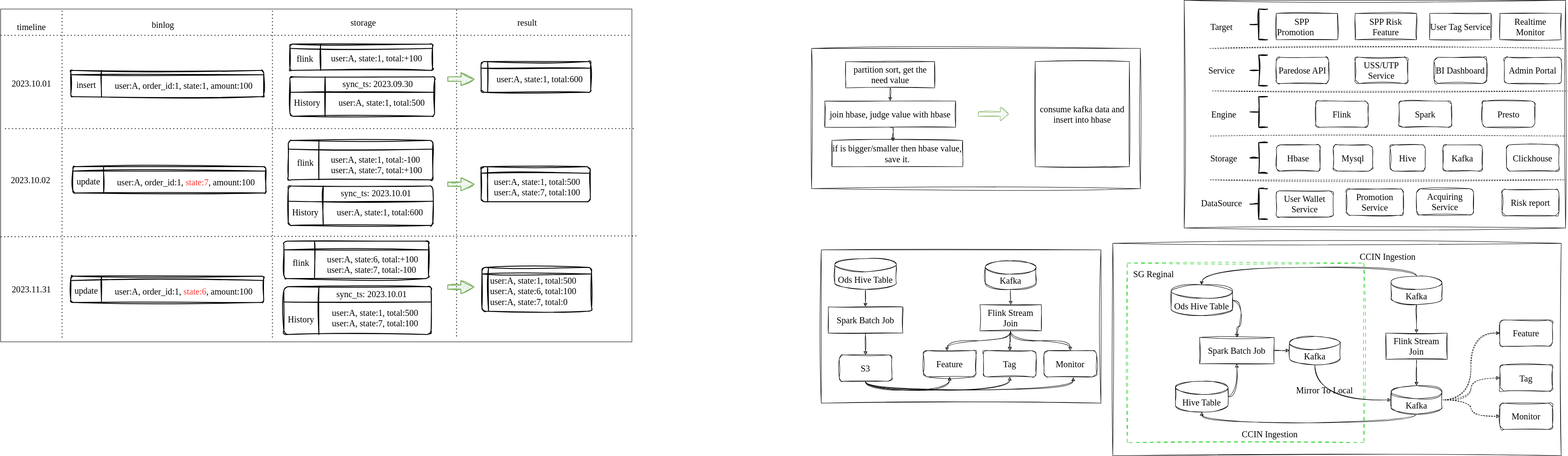
The draw.io diagram 答辩准备1.drawio.svg in LadyTao/flink-learning, before a commit. Source tidied: cells renumbered, new cells last; positions are measured from the earlier drawing's top-left corner, leaving out a move shared by most shapes.
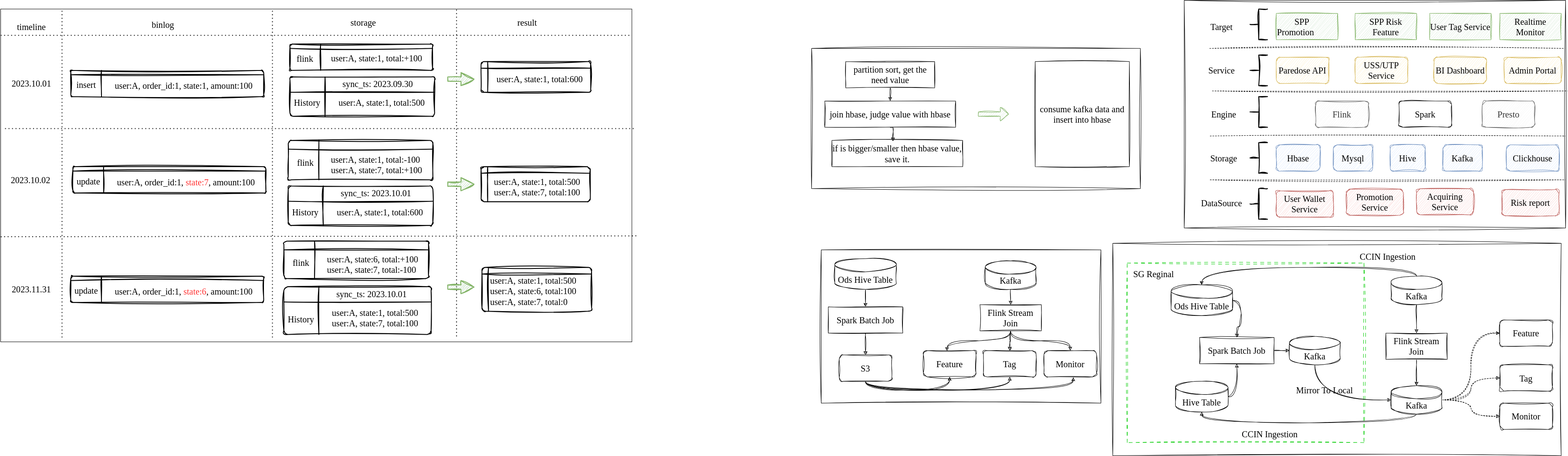
Later version of the same file.

Commit message:
更新答辩准备1.drawio.svg

What changed in the source:
```diff
@@ -20,76 +20,76 @@
     <mxCell id="7" style="group;sketch=1;curveFitting=1;jiggle=2;" parent="1" vertex="1">
       <mxGeometry x="2910" y="30" width="650" height="60" as="geometry" />
     </mxCell>
-    <mxCell id="8" value="&lt;div style=&quot;&quot;&gt;&lt;span style=&quot;background-color: initial;&quot;&gt;&lt;font face=&quot;Tahoma&quot;&gt;&amp;nbsp; &amp;nbsp; &amp;nbsp; &amp;nbsp; SPP&amp;nbsp; &amp;nbsp; &amp;nbsp; &amp;nbsp; &amp;nbsp; &amp;nbsp; Promotion&lt;/font&gt;&lt;/span&gt;&lt;/div&gt;" style="rounded=0;whiteSpace=wrap;html=1;hachureGap=4;fontFamily=Architects Daughter;fontSource=https%3A%2F%2Ffonts.googleapis.com%2Fcss%3Ffamily%3DArchitects%2BDaughter;fontSize=20;align=left;labelBackgroundColor=none;sketch=1;curveFitting=1;jiggle=2;" parent="7" vertex="1">
+    <mxCell id="8" value="&lt;div style=&quot;&quot;&gt;&lt;span style=&quot;background-color: initial;&quot;&gt;&lt;font face=&quot;Tahoma&quot;&gt;&amp;nbsp; &amp;nbsp; &amp;nbsp; &amp;nbsp; SPP&amp;nbsp; &amp;nbsp; &amp;nbsp; &amp;nbsp; &amp;nbsp; &amp;nbsp; Promotion&lt;/font&gt;&lt;/span&gt;&lt;/div&gt;" style="rounded=0;whiteSpace=wrap;html=1;hachureGap=4;fontFamily=Architects Daughter;fontSource=https%3A%2F%2Ffonts.googleapis.com%2Fcss%3Ffamily%3DArchitects%2BDaughter;fontSize=20;align=left;labelBackgroundColor=none;sketch=1;curveFitting=1;jiggle=2;fillColor=#d5e8d4;strokeColor=#82b366;" parent="7" vertex="1">
       <mxGeometry width="140" height="60" as="geometry" />
     </mxCell>
-    <mxCell id="9" value="&lt;font face=&quot;Tahoma&quot;&gt;SPP Risk Feature&lt;/font&gt;" style="rounded=0;whiteSpace=wrap;html=1;hachureGap=4;fontFamily=Architects Daughter;fontSource=https%3A%2F%2Ffonts.googleapis.com%2Fcss%3Ffamily%3DArchitects%2BDaughter;fontSize=20;labelBackgroundColor=none;sketch=1;curveFitting=1;jiggle=2;" parent="7" vertex="1">
+    <mxCell id="9" value="&lt;font face=&quot;Tahoma&quot;&gt;SPP Risk Feature&lt;/font&gt;" style="rounded=0;whiteSpace=wrap;html=1;hachureGap=4;fontFamily=Architects Daughter;fontSource=https%3A%2F%2Ffonts.googleapis.com%2Fcss%3Ffamily%3DArchitects%2BDaughter;fontSize=20;labelBackgroundColor=none;sketch=1;curveFitting=1;jiggle=2;fillColor=#d5e8d4;strokeColor=#82b366;" parent="7" vertex="1">
       <mxGeometry x="180" width="140" height="60" as="geometry" />
     </mxCell>
-    <mxCell id="10" value="&lt;font face=&quot;Tahoma&quot;&gt;User Tag Service&lt;/font&gt;" style="rounded=0;whiteSpace=wrap;html=1;hachureGap=4;fontFamily=Architects Daughter;fontSource=https%3A%2F%2Ffonts.googleapis.com%2Fcss%3Ffamily%3DArchitects%2BDaughter;fontSize=20;labelBackgroundColor=none;sketch=1;curveFitting=1;jiggle=2;" parent="7" vertex="1">
+    <mxCell id="10" value="&lt;font face=&quot;Tahoma&quot;&gt;User Tag Service&lt;/font&gt;" style="rounded=0;whiteSpace=wrap;html=1;hachureGap=4;fontFamily=Architects Daughter;fontSource=https%3A%2F%2Ffonts.googleapis.com%2Fcss%3Ffamily%3DArchitects%2BDaughter;fontSize=20;labelBackgroundColor=none;sketch=1;curveFitting=1;jiggle=2;fillColor=#d5e8d4;strokeColor=#82b366;" parent="7" vertex="1">
       <mxGeometry x="350" width="140" height="60" as="geometry" />
     </mxCell>
-    <mxCell id="11" value="&lt;font face=&quot;Tahoma&quot;&gt;Realtime Monitor&lt;/font&gt;" style="rounded=0;whiteSpace=wrap;html=1;hachureGap=4;fontFamily=Architects Daughter;fontSource=https%3A%2F%2Ffonts.googleapis.com%2Fcss%3Ffamily%3DArchitects%2BDaughter;fontSize=20;labelBackgroundColor=none;sketch=1;curveFitting=1;jiggle=2;" parent="7" vertex="1">
+    <mxCell id="11" value="&lt;font face=&quot;Tahoma&quot;&gt;Realtime Monitor&lt;/font&gt;" style="rounded=0;whiteSpace=wrap;html=1;hachureGap=4;fontFamily=Architects Daughter;fontSource=https%3A%2F%2Ffonts.googleapis.com%2Fcss%3Ffamily%3DArchitects%2BDaughter;fontSize=20;labelBackgroundColor=none;sketch=1;curveFitting=1;jiggle=2;fillColor=#d5e8d4;strokeColor=#82b366;" parent="7" vertex="1">
       <mxGeometry x="510" width="140" height="60" as="geometry" />
     </mxCell>
     <mxCell id="12" style="group;sketch=1;curveFitting=1;jiggle=2;" parent="1" vertex="1">
       <mxGeometry x="2910" y="130" width="650" height="60" as="geometry" />
     </mxCell>
-    <mxCell id="13" value="&lt;font face=&quot;Tahoma&quot;&gt;Paredose API&lt;/font&gt;" style="rounded=1;whiteSpace=wrap;html=1;hachureGap=4;fontFamily=Architects Daughter;fontSource=https%3A%2F%2Ffonts.googleapis.com%2Fcss%3Ffamily%3DArchitects%2BDaughter;fontSize=20;sketch=1;curveFitting=1;jiggle=2;" parent="12" vertex="1">
+    <mxCell id="13" value="&lt;font face=&quot;Tahoma&quot;&gt;Paredose API&lt;/font&gt;" style="rounded=1;whiteSpace=wrap;html=1;hachureGap=4;fontFamily=Architects Daughter;fontSource=https%3A%2F%2Ffonts.googleapis.com%2Fcss%3Ffamily%3DArchitects%2BDaughter;fontSize=20;sketch=1;curveFitting=1;jiggle=2;fillColor=#fff2cc;strokeColor=#d6b656;" parent="12" vertex="1">
       <mxGeometry width="120" height="60" as="geometry" />
     </mxCell>
-    <mxCell id="14" value="&lt;font face=&quot;Tahoma&quot;&gt;USS/UTP Service&lt;/font&gt;" style="rounded=1;whiteSpace=wrap;html=1;hachureGap=4;fontFamily=Architects Daughter;fontSource=https%3A%2F%2Ffonts.googleapis.com%2Fcss%3Ffamily%3DArchitects%2BDaughter;fontSize=20;sketch=1;curveFitting=1;jiggle=2;" parent="12" vertex="1">
+    <mxCell id="14" value="&lt;font face=&quot;Tahoma&quot;&gt;USS/UTP Service&lt;/font&gt;" style="rounded=1;whiteSpace=wrap;html=1;hachureGap=4;fontFamily=Architects Daughter;fontSource=https%3A%2F%2Ffonts.googleapis.com%2Fcss%3Ffamily%3DArchitects%2BDaughter;fontSize=20;sketch=1;curveFitting=1;jiggle=2;fillColor=#fff2cc;strokeColor=#d6b656;" parent="12" vertex="1">
       <mxGeometry x="180" width="120" height="60" as="geometry" />
     </mxCell>
-    <mxCell id="15" value="&lt;font face=&quot;Tahoma&quot;&gt;BI Dashboard&lt;/font&gt;" style="rounded=1;whiteSpace=wrap;html=1;hachureGap=4;fontFamily=Architects Daughter;fontSource=https%3A%2F%2Ffonts.googleapis.com%2Fcss%3Ffamily%3DArchitects%2BDaughter;fontSize=20;sketch=1;curveFitting=1;jiggle=2;" parent="12" vertex="1">
+    <mxCell id="15" value="&lt;font face=&quot;Tahoma&quot;&gt;BI Dashboard&lt;/font&gt;" style="rounded=1;whiteSpace=wrap;html=1;hachureGap=4;fontFamily=Architects Daughter;fontSource=https%3A%2F%2Ffonts.googleapis.com%2Fcss%3Ffamily%3DArchitects%2BDaughter;fontSize=20;sketch=1;curveFitting=1;jiggle=2;fillColor=#fff2cc;strokeColor=#d6b656;" parent="12" vertex="1">
       <mxGeometry x="360" width="120" height="60" as="geometry" />
     </mxCell>
-    <mxCell id="16" value="&lt;font face=&quot;Tahoma&quot;&gt;Admin Portal&lt;/font&gt;" style="rounded=1;whiteSpace=wrap;html=1;hachureGap=4;fontFamily=Architects Daughter;fontSource=https%3A%2F%2Ffonts.googleapis.com%2Fcss%3Ffamily%3DArchitects%2BDaughter;fontSize=20;sketch=1;curveFitting=1;jiggle=2;" parent="12" vertex="1">
+    <mxCell id="16" value="&lt;font face=&quot;Tahoma&quot;&gt;Admin Portal&lt;/font&gt;" style="rounded=1;whiteSpace=wrap;html=1;hachureGap=4;fontFamily=Architects Daughter;fontSource=https%3A%2F%2Ffonts.googleapis.com%2Fcss%3Ffamily%3DArchitects%2BDaughter;fontSize=20;sketch=1;curveFitting=1;jiggle=2;fillColor=#fff2cc;strokeColor=#d6b656;" parent="12" vertex="1">
       <mxGeometry x="520" width="130" height="60" as="geometry" />
     </mxCell>
     <mxCell id="17" style="group;sketch=1;curveFitting=1;jiggle=2;" parent="1" vertex="1">
       <mxGeometry x="3000" y="230" width="500" height="60" as="geometry" />
     </mxCell>
-    <mxCell id="18" value="&lt;font face=&quot;Tahoma&quot;&gt;Flink&lt;/font&gt;" style="rounded=1;whiteSpace=wrap;html=1;hachureGap=4;fontFamily=Architects Daughter;fontSource=https%3A%2F%2Ffonts.googleapis.com%2Fcss%3Ffamily%3DArchitects%2BDaughter;fontSize=20;sketch=1;curveFitting=1;jiggle=2;" parent="17" vertex="1">
+    <mxCell id="18" value="&lt;font face=&quot;Tahoma&quot;&gt;Flink&lt;/font&gt;" style="rounded=1;whiteSpace=wrap;html=1;hachureGap=4;fontFamily=Architects Daughter;fontSource=https%3A%2F%2Ffonts.googleapis.com%2Fcss%3Ffamily%3DArchitects%2BDaughter;fontSize=20;sketch=1;curveFitting=1;jiggle=2;fillColor=#f5f5f5;fontColor=#333333;strokeColor=#666666;" parent="17" vertex="1">
       <mxGeometry width="120" height="60" as="geometry" />
     </mxCell>
     <mxCell id="19" value="&lt;font face=&quot;Tahoma&quot;&gt;Spark&lt;/font&gt;" style="rounded=1;whiteSpace=wrap;html=1;hachureGap=4;fontFamily=Architects Daughter;fontSource=https%3A%2F%2Ffonts.googleapis.com%2Fcss%3Ffamily%3DArchitects%2BDaughter;fontSize=20;sketch=1;curveFitting=1;jiggle=2;" parent="17" vertex="1">
       <mxGeometry x="190" width="120" height="60" as="geometry" />
     </mxCell>
-    <mxCell id="20" value="&lt;font face=&quot;Tahoma&quot;&gt;Presto&lt;/font&gt;" style="rounded=1;whiteSpace=wrap;html=1;hachureGap=4;fontFamily=Architects Daughter;fontSource=https%3A%2F%2Ffonts.googleapis.com%2Fcss%3Ffamily%3DArchitects%2BDaughter;fontSize=20;sketch=1;curveFitting=1;jiggle=2;" parent="17" vertex="1">
+    <mxCell id="20" value="&lt;font face=&quot;Tahoma&quot;&gt;Presto&lt;/font&gt;" style="rounded=1;whiteSpace=wrap;html=1;hachureGap=4;fontFamily=Architects Daughter;fontSource=https%3A%2F%2Ffonts.googleapis.com%2Fcss%3Ffamily%3DArchitects%2BDaughter;fontSize=20;sketch=1;curveFitting=1;jiggle=2;fillColor=#f5f5f5;fontColor=#333333;strokeColor=#666666;" parent="17" vertex="1">
       <mxGeometry x="380" width="120" height="60" as="geometry" />
     </mxCell>
     <mxCell id="21" style="group;sketch=1;curveFitting=1;jiggle=2;" parent="1" vertex="1">
       <mxGeometry x="2910" y="330" width="645" height="60" as="geometry" />
     </mxCell>
-    <mxCell id="22" value="&lt;font face=&quot;Tahoma&quot;&gt;Hbase&lt;/font&gt;" style="rounded=1;whiteSpace=wrap;html=1;hachureGap=4;fontFamily=Architects Daughter;fontSource=https%3A%2F%2Ffonts.googleapis.com%2Fcss%3Ffamily%3DArchitects%2BDaughter;fontSize=20;sketch=1;curveFitting=1;jiggle=2;" parent="21" vertex="1">
+    <mxCell id="22" value="&lt;font face=&quot;Tahoma&quot;&gt;Hbase&lt;/font&gt;" style="rounded=1;whiteSpace=wrap;html=1;hachureGap=4;fontFamily=Architects Daughter;fontSource=https%3A%2F%2Ffonts.googleapis.com%2Fcss%3Ffamily%3DArchitects%2BDaughter;fontSize=20;sketch=1;curveFitting=1;jiggle=2;fillColor=#dae8fc;strokeColor=#6c8ebf;" parent="21" vertex="1">
       <mxGeometry width="100" height="60" as="geometry" />
     </mxCell>
-    <mxCell id="23" value="&lt;font face=&quot;Tahoma&quot;&gt;Mysql&lt;/font&gt;" style="rounded=1;whiteSpace=wrap;html=1;hachureGap=4;fontFamily=Architects Daughter;fontSource=https%3A%2F%2Ffonts.googleapis.com%2Fcss%3Ffamily%3DArchitects%2BDaughter;fontSize=20;sketch=1;curveFitting=1;jiggle=2;" parent="21" vertex="1">
+    <mxCell id="23" value="&lt;font face=&quot;Tahoma&quot;&gt;Mysql&lt;/font&gt;" style="rounded=1;whiteSpace=wrap;html=1;hachureGap=4;fontFamily=Architects Daughter;fontSource=https%3A%2F%2Ffonts.googleapis.com%2Fcss%3Ffamily%3DArchitects%2BDaughter;fontSize=20;sketch=1;curveFitting=1;jiggle=2;fillColor=#dae8fc;strokeColor=#6c8ebf;" parent="21" vertex="1">
       <mxGeometry x="130" width="90" height="60" as="geometry" />
     </mxCell>
-    <mxCell id="24" value="&lt;font face=&quot;Tahoma&quot;&gt;Hive&lt;/font&gt;" style="rounded=1;whiteSpace=wrap;html=1;hachureGap=4;fontFamily=Architects Daughter;fontSource=https%3A%2F%2Ffonts.googleapis.com%2Fcss%3Ffamily%3DArchitects%2BDaughter;fontSize=20;sketch=1;curveFitting=1;jiggle=2;" parent="21" vertex="1">
+    <mxCell id="24" value="&lt;font face=&quot;Tahoma&quot;&gt;Hive&lt;/font&gt;" style="rounded=1;whiteSpace=wrap;html=1;hachureGap=4;fontFamily=Architects Daughter;fontSource=https%3A%2F%2Ffonts.googleapis.com%2Fcss%3Ffamily%3DArchitects%2BDaughter;fontSize=20;sketch=1;curveFitting=1;jiggle=2;fillColor=#dae8fc;strokeColor=#6c8ebf;" parent="21" vertex="1">
       <mxGeometry x="260" width="80" height="60" as="geometry" />
     </mxCell>
-    <mxCell id="25" value="&lt;font face=&quot;Tahoma&quot;&gt;Clickhouse&lt;/font&gt;" style="rounded=1;whiteSpace=wrap;html=1;hachureGap=4;fontFamily=Architects Daughter;fontSource=https%3A%2F%2Ffonts.googleapis.com%2Fcss%3Ffamily%3DArchitects%2BDaughter;fontSize=20;sketch=1;curveFitting=1;jiggle=2;" parent="21" vertex="1">
+    <mxCell id="25" value="&lt;font face=&quot;Tahoma&quot;&gt;Clickhouse&lt;/font&gt;" style="rounded=1;whiteSpace=wrap;html=1;hachureGap=4;fontFamily=Architects Daughter;fontSource=https%3A%2F%2Ffonts.googleapis.com%2Fcss%3Ffamily%3DArchitects%2BDaughter;fontSize=20;sketch=1;curveFitting=1;jiggle=2;fillColor=#dae8fc;strokeColor=#6c8ebf;" parent="21" vertex="1">
       <mxGeometry x="525" width="120" height="60" as="geometry" />
     </mxCell>
-    <mxCell id="26" value="&lt;font face=&quot;Tahoma&quot;&gt;Kafka&lt;/font&gt;" style="rounded=1;whiteSpace=wrap;html=1;hachureGap=4;fontFamily=Architects Daughter;fontSource=https%3A%2F%2Ffonts.googleapis.com%2Fcss%3Ffamily%3DArchitects%2BDaughter;fontSize=20;sketch=1;curveFitting=1;jiggle=2;" parent="21" vertex="1">
+    <mxCell id="26" value="&lt;font face=&quot;Tahoma&quot;&gt;Kafka&lt;/font&gt;" style="rounded=1;whiteSpace=wrap;html=1;hachureGap=4;fontFamily=Architects Daughter;fontSource=https%3A%2F%2Ffonts.googleapis.com%2Fcss%3Ffamily%3DArchitects%2BDaughter;fontSize=20;sketch=1;curveFitting=1;jiggle=2;fillColor=#dae8fc;strokeColor=#6c8ebf;" parent="21" vertex="1">
       <mxGeometry x="380" width="90" height="60" as="geometry" />
     </mxCell>
     <mxCell id="27" style="group;sketch=1;curveFitting=1;jiggle=2;" parent="1" vertex="1">
       <mxGeometry x="2910" y="430" width="645" height="65" as="geometry" />
     </mxCell>
-    <mxCell id="28" value="&lt;font face=&quot;Tahoma&quot;&gt;User Wallet Service&lt;/font&gt;" style="rounded=1;whiteSpace=wrap;html=1;hachureGap=4;fontFamily=Architects Daughter;fontSource=https%3A%2F%2Ffonts.googleapis.com%2Fcss%3Ffamily%3DArchitects%2BDaughter;fontSize=20;sketch=1;curveFitting=1;jiggle=2;" parent="27" vertex="1">
+    <mxCell id="28" value="&lt;font face=&quot;Tahoma&quot;&gt;User Wallet Service&lt;/font&gt;" style="rounded=1;whiteSpace=wrap;html=1;hachureGap=4;fontFamily=Architects Daughter;fontSource=https%3A%2F%2Ffonts.googleapis.com%2Fcss%3Ffamily%3DArchitects%2BDaughter;fontSize=20;sketch=1;curveFitting=1;jiggle=2;fillColor=#f8cecc;strokeColor=#b85450;" parent="27" vertex="1">
       <mxGeometry y="5" width="130" height="60" as="geometry" />
     </mxCell>
-    <mxCell id="29" value="&lt;font face=&quot;Tahoma&quot;&gt;Promotion Service&lt;/font&gt;" style="rounded=1;whiteSpace=wrap;html=1;hachureGap=4;fontFamily=Architects Daughter;fontSource=https%3A%2F%2Ffonts.googleapis.com%2Fcss%3Ffamily%3DArchitects%2BDaughter;fontSize=20;sketch=1;curveFitting=1;jiggle=2;" parent="27" vertex="1">
+    <mxCell id="29" value="&lt;font face=&quot;Tahoma&quot;&gt;Promotion Service&lt;/font&gt;" style="rounded=1;whiteSpace=wrap;html=1;hachureGap=4;fontFamily=Architects Daughter;fontSource=https%3A%2F%2Ffonts.googleapis.com%2Fcss%3Ffamily%3DArchitects%2BDaughter;fontSize=20;sketch=1;curveFitting=1;jiggle=2;fillColor=#f8cecc;strokeColor=#b85450;" parent="27" vertex="1">
       <mxGeometry x="160" y="1" width="130" height="60" as="geometry" />
     </mxCell>
-    <mxCell id="30" value="&lt;font face=&quot;Tahoma&quot;&gt;Acquiring Service&lt;/font&gt;" style="rounded=1;whiteSpace=wrap;html=1;hachureGap=4;fontFamily=Architects Daughter;fontSource=https%3A%2F%2Ffonts.googleapis.com%2Fcss%3Ffamily%3DArchitects%2BDaughter;fontSize=20;sketch=1;curveFitting=1;jiggle=2;" parent="27" vertex="1">
+    <mxCell id="30" value="&lt;font face=&quot;Tahoma&quot;&gt;Acquiring Service&lt;/font&gt;" style="rounded=1;whiteSpace=wrap;html=1;hachureGap=4;fontFamily=Architects Daughter;fontSource=https%3A%2F%2Ffonts.googleapis.com%2Fcss%3Ffamily%3DArchitects%2BDaughter;fontSize=20;sketch=1;curveFitting=1;jiggle=2;fillColor=#f8cecc;strokeColor=#b85450;" parent="27" vertex="1">
       <mxGeometry x="320" width="130" height="60" as="geometry" />
     </mxCell>
-    <mxCell id="31" value="&lt;font face=&quot;Tahoma&quot;&gt;Risk report&lt;/font&gt;" style="rounded=1;whiteSpace=wrap;html=1;hachureGap=4;fontFamily=Architects Daughter;fontSource=https%3A%2F%2Ffonts.googleapis.com%2Fcss%3Ffamily%3DArchitects%2BDaughter;fontSize=20;sketch=1;curveFitting=1;jiggle=2;" parent="27" vertex="1">
+    <mxCell id="31" value="&lt;font face=&quot;Tahoma&quot;&gt;Risk report&lt;/font&gt;" style="rounded=1;whiteSpace=wrap;html=1;hachureGap=4;fontFamily=Architects Daughter;fontSource=https%3A%2F%2Ffonts.googleapis.com%2Fcss%3Ffamily%3DArchitects%2BDaughter;fontSize=20;sketch=1;curveFitting=1;jiggle=2;fillColor=#f8cecc;strokeColor=#b85450;" parent="27" vertex="1">
       <mxGeometry x="515" y="2" width="130" height="60" as="geometry" />
     </mxCell>
     <mxCell id="32" style="strokeWidth=2;html=1;shape=mxgraph.flowchart.annotation_2;align=left;labelPosition=right;hachureGap=4;fontFamily=Architects Daughter;fontSource=https%3A%2F%2Ffonts.googleapis.com%2Fcss%3Ffamily%3DArchitects%2BDaughter;fontSize=20;sketch=1;curveFitting=1;jiggle=2;" parent="1" vertex="1">
```
